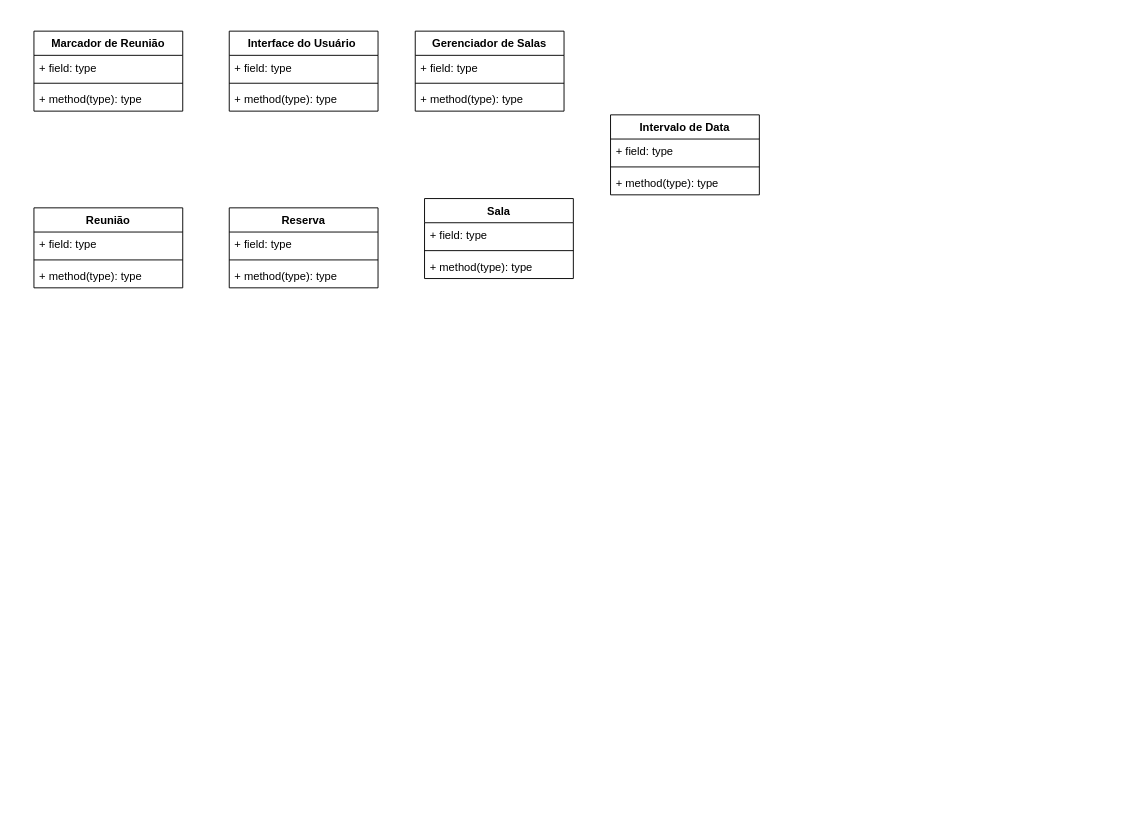
luan-2rq/COO-Gerenciador-De-Salas keeps this draw.io diagram as Untitled Diagram.drawio. Above is the earlier version. Source tidied: cells renumbered, new cells numbered last; positions are measured from the earlier drawing's top-left corner, leaving out a move shared by most shapes. Both pictures are drawn from the tidied source at 93%, with x=0, y=0 at pixel (33, 31).
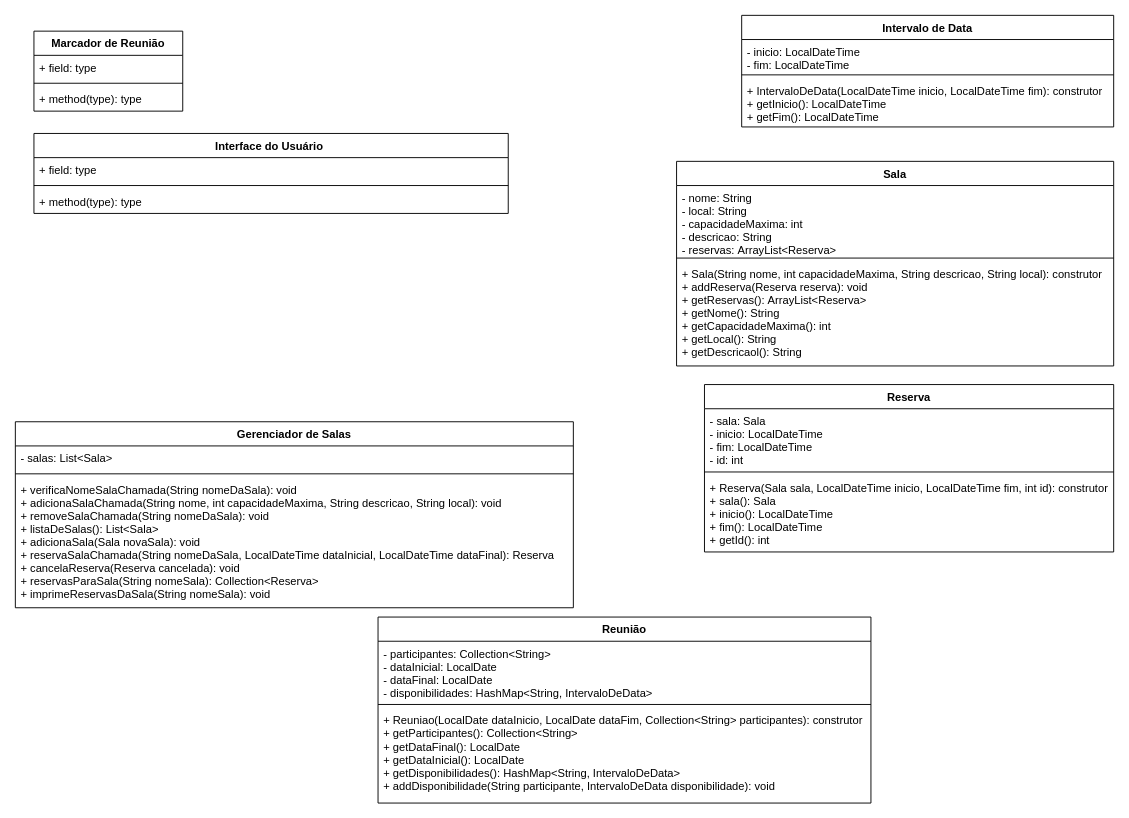
Above is the later version.

The edit, as a diff of the source:
```diff
@@
     <mxCell id="6" value="Interface do Usuário " style="swimlane;fontStyle=1;align=center;verticalAlign=top;horizontal=1;startSize=26;" parent="1" vertex="1">
-      <mxGeometry x="210" width="160" height="86" as="geometry" />
+      <mxGeometry y="110" width="510" height="86" as="geometry" />
     </mxCell>
     <mxCell id="7" value="+ field: type" style="text;strokeColor=none;fillColor=none;align=left;verticalAlign=top;spacingLeft=4;spacingRight=4;overflow=hidden;" parent="6" vertex="1">
-      <mxGeometry y="26" width="160" height="26" as="geometry" />
+      <mxGeometry y="26" width="510" height="26" as="geometry" />
     </mxCell>
     <mxCell id="8" style="line;strokeWidth=1;fillColor=none;align=left;verticalAlign=middle;spacingTop=-1;spacingLeft=3;spacingRight=3;labelPosition=right;" parent="6" vertex="1">
-      <mxGeometry y="52" width="160" height="8" as="geometry" />
+      <mxGeometry y="52" width="510" height="8" as="geometry" />
     </mxCell>
     <mxCell id="9" value="+ method(type): type" style="text;strokeColor=none;fillColor=none;align=left;verticalAlign=top;spacingLeft=4;spacingRight=4;overflow=hidden;" parent="6" vertex="1">
-      <mxGeometry y="60" width="160" height="26" as="geometry" />
+      <mxGeometry y="60" width="510" height="26" as="geometry" />
     </mxCell>
     <mxCell id="10" value="Gerenciador de Salas" style="swimlane;fontStyle=1;align=center;verticalAlign=top;horizontal=1;startSize=26;" parent="1" vertex="1">
-      <mxGeometry x="410" width="160" height="86" as="geometry" />
+      <mxGeometry x="-20" y="420" width="600" height="200" as="geometry" />
     </mxCell>
-    <mxCell id="11" value="+ field: type" style="text;strokeColor=none;fillColor=none;align=left;verticalAlign=top;spacingLeft=4;spacingRight=4;overflow=hidden;" parent="10" vertex="1">
-      <mxGeometry y="26" width="160" height="26" as="geometry" />
+    <mxCell id="11" value="- salas: List&lt;Sala&gt;" style="text;strokeColor=none;fillColor=none;align=left;verticalAlign=top;spacingLeft=4;spacingRight=4;overflow=hidden;" parent="10" vertex="1">
+      <mxGeometry y="26" width="600" height="26" as="geometry" />
     </mxCell>
     <mxCell id="12" style="line;strokeWidth=1;fillColor=none;align=left;verticalAlign=middle;spacingTop=-1;spacingLeft=3;spacingRight=3;labelPosition=right;" parent="10" vertex="1">
-      <mxGeometry y="52" width="160" height="8" as="geometry" />
+      <mxGeometry y="52" width="600" height="8" as="geometry" />
     </mxCell>
-    <mxCell id="13" value="+ method(type): type" style="text;strokeColor=none;fillColor=none;align=left;verticalAlign=top;spacingLeft=4;spacingRight=4;overflow=hidden;" parent="10" vertex="1">
-      <mxGeometry y="60" width="160" height="26" as="geometry" />
+    <mxCell id="13" value="+ verificaNomeSalaChamada(String nomeDaSala): void&#10;+ adicionaSalaChamada(String nome, int capacidadeMaxima, String descricao, String local): void&#10;+ removeSalaChamada(String nomeDaSala): void&#10;+ listaDeSalas(): List&lt;Sala&gt;&#10;+ adicionaSala(Sala novaSala): void&#10;+ reservaSalaChamada(String nomeDaSala, LocalDateTime dataInicial, LocalDateTime dataFinal): Reserva&#10;+ cancelaReserva(Reserva cancelada): void&#10;+ reservasParaSala(String nomeSala): Collection&lt;Reserva&gt; &#10;+ imprimeReservasDaSala(String nomeSala): void " style="text;strokeColor=none;fillColor=none;align=left;verticalAlign=top;spacingLeft=4;spacingRight=4;overflow=hidden;" parent="10" vertex="1">
+      <mxGeometry y="60" width="600" height="140" as="geometry" />
     </mxCell>
     <mxCell id="14" value="Reunião" style="swimlane;fontStyle=1;align=center;verticalAlign=top;horizontal=1;startSize=26;" parent="1" vertex="1">
-      <mxGeometry y="190" width="160" height="86" as="geometry" />
+      <mxGeometry x="370" y="630" width="530" height="200" as="geometry" />
     </mxCell>
-    <mxCell id="15" value="+ field: type" style="text;strokeColor=none;fillColor=none;align=left;verticalAlign=top;spacingLeft=4;spacingRight=4;overflow=hidden;" parent="14" vertex="1">
-      <mxGeometry y="26" width="160" height="26" as="geometry" />
+    <mxCell id="15" value="- participantes: Collection&lt;String&gt;&#10;- dataInicial: LocalDate &#10;- dataFinal: LocalDate&#10;- disponibilidades: HashMap&lt;String, IntervaloDeData&gt;" style="text;strokeColor=none;fillColor=none;align=left;verticalAlign=top;spacingLeft=4;spacingRight=4;overflow=hidden;" parent="14" vertex="1">
+      <mxGeometry y="26" width="530" height="64" as="geometry" />
     </mxCell>
     <mxCell id="16" style="line;strokeWidth=1;fillColor=none;align=left;verticalAlign=middle;spacingTop=-1;spacingLeft=3;spacingRight=3;labelPosition=right;" parent="14" vertex="1">
-      <mxGeometry y="52" width="160" height="8" as="geometry" />
+      <mxGeometry y="90" width="530" height="8" as="geometry" />
     </mxCell>
-    <mxCell id="17" value="+ method(type): type" style="text;strokeColor=none;fillColor=none;align=left;verticalAlign=top;spacingLeft=4;spacingRight=4;overflow=hidden;" parent="14" vertex="1">
-      <mxGeometry y="60" width="160" height="26" as="geometry" />
+    <mxCell id="17" value="+ Reuniao(LocalDate dataInicio, LocalDate dataFim, Collection&lt;String&gt; participantes): construtor&#10;+ getParticipantes(): Collection&lt;String&gt;&#10;+ getDataFinal(): LocalDate&#10;+ getDataInicial(): LocalDate&#10;+ getDisponibilidades(): HashMap&lt;String, IntervaloDeData&gt; &#10;+ addDisponibilidade(String participante, IntervaloDeData disponibilidade): void&#10;" style="text;strokeColor=none;fillColor=none;align=left;verticalAlign=top;spacingLeft=4;spacingRight=4;overflow=hidden;" parent="14" vertex="1">
+      <mxGeometry y="98" width="530" height="102" as="geometry" />
     </mxCell>
     <mxCell id="18" value="Reserva" style="swimlane;fontStyle=1;align=center;verticalAlign=top;horizontal=1;startSize=26;" parent="1" vertex="1">
-      <mxGeometry x="210" y="190" width="160" height="86" as="geometry" />
+      <mxGeometry x="721" y="380" width="440" height="180" as="geometry" />
     </mxCell>
-    <mxCell id="19" value="+ field: type" style="text;strokeColor=none;fillColor=none;align=left;verticalAlign=top;spacingLeft=4;spacingRight=4;overflow=hidden;" parent="18" vertex="1">
-      <mxGeometry y="26" width="160" height="26" as="geometry" />
+    <mxCell id="19" value="- sala: Sala&#10;- inicio: LocalDateTime&#10;- fim: LocalDateTime&#10;- id: int" style="text;strokeColor=none;fillColor=none;align=left;verticalAlign=top;spacingLeft=4;spacingRight=4;overflow=hidden;" parent="18" vertex="1">
+      <mxGeometry y="26" width="440" height="64" as="geometry" />
     </mxCell>
     <mxCell id="20" style="line;strokeWidth=1;fillColor=none;align=left;verticalAlign=middle;spacingTop=-1;spacingLeft=3;spacingRight=3;labelPosition=right;" parent="18" vertex="1">
-      <mxGeometry y="52" width="160" height="8" as="geometry" />
+      <mxGeometry y="90" width="440" height="8" as="geometry" />
     </mxCell>
-    <mxCell id="21" value="+ method(type): type" style="text;strokeColor=none;fillColor=none;align=left;verticalAlign=top;spacingLeft=4;spacingRight=4;overflow=hidden;" parent="18" vertex="1">
-      <mxGeometry y="60" width="160" height="26" as="geometry" />
+    <mxCell id="21" value="+ Reserva(Sala sala, LocalDateTime inicio, LocalDateTime fim, int id): construtor&#10;+ sala(): Sala&#10;+ inicio(): LocalDateTime&#10;+ fim(): LocalDateTime&#10;+ getId(): int" style="text;strokeColor=none;fillColor=none;align=left;verticalAlign=top;spacingLeft=4;spacingRight=4;overflow=hidden;" parent="18" vertex="1">
+      <mxGeometry y="98" width="440" height="82" as="geometry" />
     </mxCell>
     <mxCell id="22" value="Sala" style="swimlane;fontStyle=1;align=center;verticalAlign=top;horizontal=1;startSize=26;" parent="1" vertex="1">
-      <mxGeometry x="420" y="180" width="160" height="86" as="geometry" />
+      <mxGeometry x="691" y="140" width="470" height="220" as="geometry" />
     </mxCell>
-    <mxCell id="23" value="+ field: type" style="text;strokeColor=none;fillColor=none;align=left;verticalAlign=top;spacingLeft=4;spacingRight=4;overflow=hidden;" parent="22" vertex="1">
-      <mxGeometry y="26" width="160" height="26" as="geometry" />
+    <mxCell id="23" value="- nome: String&#10;- local: String&#10;- capacidadeMaxima: int&#10;- descricao: String&#10;- reservas: ArrayList&lt;Reserva&gt;&#10;" style="text;strokeColor=none;fillColor=none;align=left;verticalAlign=top;spacingLeft=4;spacingRight=4;overflow=hidden;" parent="22" vertex="1">
+      <mxGeometry y="26" width="470" height="74" as="geometry" />
     </mxCell>
     <mxCell id="24" style="line;strokeWidth=1;fillColor=none;align=left;verticalAlign=middle;spacingTop=-1;spacingLeft=3;spacingRight=3;labelPosition=right;" parent="22" vertex="1">
-      <mxGeometry y="52" width="160" height="8" as="geometry" />
+      <mxGeometry y="100" width="470" height="8" as="geometry" />
     </mxCell>
-    <mxCell id="25" value="+ method(type): type" style="text;strokeColor=none;fillColor=none;align=left;verticalAlign=top;spacingLeft=4;spacingRight=4;overflow=hidden;" parent="22" vertex="1">
-      <mxGeometry y="60" width="160" height="26" as="geometry" />
+    <mxCell id="25" value="+ Sala(String nome, int capacidadeMaxima, String descricao, String local): construtor&#10;+ addReserva(Reserva reserva): void&#10;+ getReservas(): ArrayList&lt;Reserva&gt;&#10;+ getNome(): String&#10;+ getCapacidadeMaxima(): int&#10;+ getLocal(): String&#10;+ getDescricaol(): String" style="text;strokeColor=none;fillColor=none;align=left;verticalAlign=top;spacingLeft=4;spacingRight=4;overflow=hidden;" parent="22" vertex="1">
+      <mxGeometry y="108" width="470" height="112" as="geometry" />
     </mxCell>
     <mxCell id="26" value="Intervalo de Data" style="swimlane;fontStyle=1;align=center;verticalAlign=top;horizontal=1;startSize=26;" parent="1" vertex="1">
-      <mxGeometry x="620" y="90" width="160" height="86" as="geometry" />
+      <mxGeometry x="761" y="-17" width="400" height="120" as="geometry" />
     </mxCell>
-    <mxCell id="27" value="+ field: type" style="text;strokeColor=none;fillColor=none;align=left;verticalAlign=top;spacingLeft=4;spacingRight=4;overflow=hidden;" parent="26" vertex="1">
-      <mxGeometry y="26" width="160" height="26" as="geometry" />
+    <mxCell id="27" value="- inicio: LocalDateTime&#10;- fim: LocalDateTime" style="text;strokeColor=none;fillColor=none;align=left;verticalAlign=top;spacingLeft=4;spacingRight=4;overflow=hidden;" parent="26" vertex="1">
+      <mxGeometry y="26" width="400" height="34" as="geometry" />
     </mxCell>
     <mxCell id="28" style="line;strokeWidth=1;fillColor=none;align=left;verticalAlign=middle;spacingTop=-1;spacingLeft=3;spacingRight=3;labelPosition=right;" parent="26" vertex="1">
-      <mxGeometry y="52" width="160" height="8" as="geometry" />
+      <mxGeometry y="60" width="400" height="8" as="geometry" />
     </mxCell>
-    <mxCell id="29" value="+ method(type): type" style="text;strokeColor=none;fillColor=none;align=left;verticalAlign=top;spacingLeft=4;spacingRight=4;overflow=hidden;" parent="26" vertex="1">
-      <mxGeometry y="60" width="160" height="26" as="geometry" />
+    <mxCell id="29" value="+ IntervaloDeData(LocalDateTime inicio, LocalDateTime fim): construtor&#10;+ getInicio(): LocalDateTime&#10;+ getFim(): LocalDateTime" style="text;strokeColor=none;fillColor=none;align=left;verticalAlign=top;spacingLeft=4;spacingRight=4;overflow=hidden;" parent="26" vertex="1">
+      <mxGeometry y="68" width="400" height="52" as="geometry" />
     </mxCell>
```
